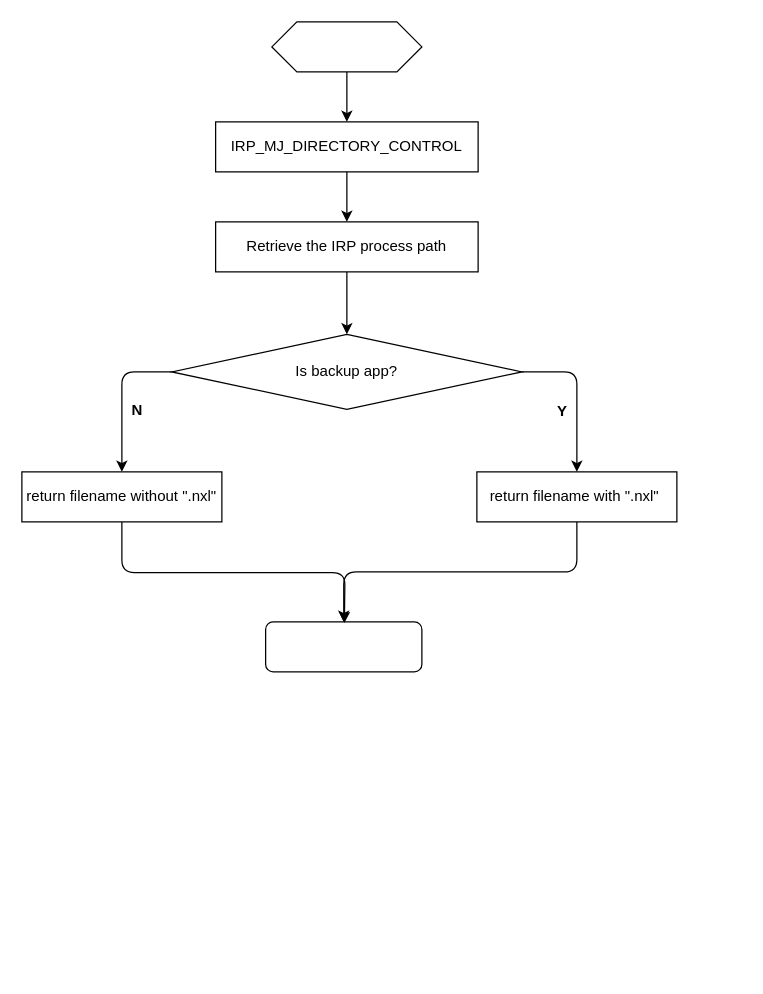
The draw.io diagram Backuu_sequence.drawio in linfenwen/draw_io, before the edit. Source tidied: cells renumbered, new cells numbered last; positions are measured from the earlier drawing's top-left corner, leaving out a move shared by most shapes. Both pictures are drawn from the tidied source at 125%, with x=0, y=0 at pixel (21, 21).
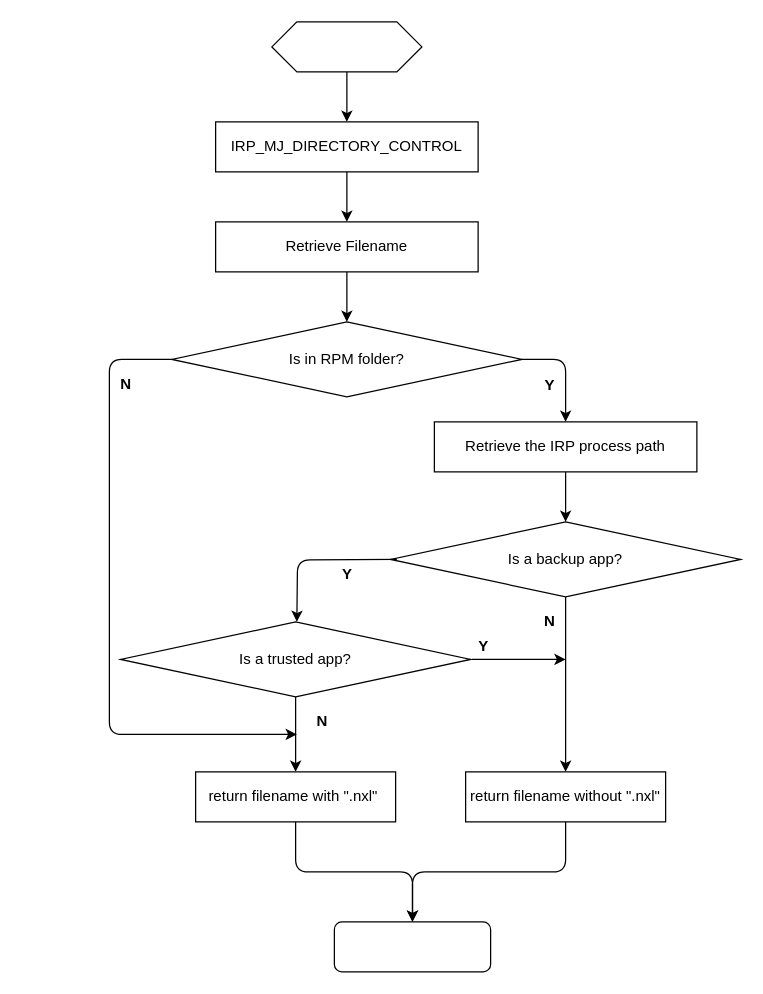
After the change.

What changed in the source:
```diff
@@
-    <mxCell id="4" style="edgeStyle=orthogonalEdgeStyle;rounded=0;jettySize=auto;html=1;" parent="1" edge="1" source="5" target="11">
-      <mxGeometry relative="1" as="geometry" />
-    </mxCell>
+    <mxCell id="18" style="edgeStyle=orthogonalEdgeStyle;rounded=0;jettySize=auto;html=1;" parent="1" edge="1" source="5" target="21">
+      <mxGeometry relative="1" as="geometry" />
+    </mxCell>
-    <mxCell id="5" value="IRP_MJ_DIRECTORY_CONTROL" style="rounded=0;whiteSpace=wrap;html=1;" parent="1" vertex="1">
+    <mxCell id="5" value="&lt;font style=&quot;font-size: 12px&quot;&gt;IRP_MJ_DIRECTORY_CONTROL&lt;/font&gt;" style="rounded=0;whiteSpace=wrap;html=1;" parent="1" vertex="1">
       <mxGeometry x="155" y="80" width="210" height="40" as="geometry" />
     </mxCell>
+    <mxCell id="19" style="edgeStyle=orthogonalEdgeStyle;rounded=0;jettySize=auto;html=1;entryX=0.5;entryY=0;entryDx=0;entryDy=0;" parent="1" edge="1" source="6" target="8">
+      <mxGeometry relative="1" as="geometry" />
+    </mxCell>
-    <mxCell id="6" value="Is backup app?" style="rhombus;whiteSpace=wrap;html=1;" parent="1" vertex="1">
-      <mxGeometry x="120" y="250" width="280" height="60" as="geometry" />
+    <mxCell id="6" value="Is a backup app?" style="rhombus;whiteSpace=wrap;html=1;" parent="1" vertex="1">
+      <mxGeometry x="295" y="400" width="280" height="60" as="geometry" />
     </mxCell>
-    <mxCell id="7" style="rounded=1;whiteSpace=wrap;html=1;" parent="1" vertex="1">
-      <mxGeometry x="195" y="480" width="125" height="40" as="geometry" />
+    <mxCell id="7" style="rounded=1;whiteSpace=wrap;html=1;glass=0;shadow=0;" parent="1" vertex="1">
+      <mxGeometry x="250" y="720" width="125" height="40" as="geometry" />
     </mxCell>
     <mxCell id="8" value="return filename without &quot;.nxl&quot;" style="rounded=0;whiteSpace=wrap;html=1;" parent="1" vertex="1">
-      <mxGeometry y="360" width="160" height="40" as="geometry" />
+      <mxGeometry x="355" y="600" width="160" height="40" as="geometry" />
     </mxCell>
     <mxCell id="9" value="return filename with &quot;.nxl&quot;&amp;nbsp;" style="rounded=0;whiteSpace=wrap;html=1;" parent="1" vertex="1">
-      <mxGeometry x="364" y="360" width="160" height="40" as="geometry" />
+      <mxGeometry x="139" y="600" width="160" height="40" as="geometry" />
     </mxCell>
@@
     <mxCell id="11" value="Retrieve the IRP process path" style="rounded=0;whiteSpace=wrap;html=1;" parent="1" vertex="1">
-      <mxGeometry x="155" y="160" width="210" height="40" as="geometry" />
+      <mxGeometry x="330" y="320" width="210" height="40" as="geometry" />
     </mxCell>
-    <mxCell id="12" style="endArrow=classic;html=1;exitX=0;exitY=0.5;exitDx=0;exitDy=0;entryX=0.5;entryY=0;entryDx=0;entryDy=0;edgeStyle=orthogonalEdgeStyle;" parent="1" edge="1" source="6" target="8">
-      <mxGeometry relative="1" as="geometry" />
+    <mxCell id="12" style="endArrow=classic;html=1;exitX=0;exitY=0.5;exitDx=0;exitDy=0;edgeStyle=orthogonalEdgeStyle;" parent="1" edge="1">
+      <mxGeometry relative="1" as="geometry">
+        <mxPoint x="300" y="430" as="sourcePoint" />
+        <mxPoint x="220" y="480" as="targetPoint" />
+      </mxGeometry>
     </mxCell>
-    <mxCell id="13" style="endArrow=classic;html=1;exitX=1;exitY=0.5;exitDx=0;exitDy=0;edgeStyle=orthogonalEdgeStyle;" parent="1" edge="1" source="6" target="9">
-      <mxGeometry relative="1" as="geometry" />
-    </mxCell>
-    <mxCell id="14" style="endArrow=classic;html=1;exitX=0.5;exitY=1;exitDx=0;exitDy=0;edgeStyle=orthogonalEdgeStyle;" parent="1" edge="1" source="8">
-      <mxGeometry relative="1" as="geometry">
-        <mxPoint x="258" y="481" as="targetPoint" />
-      </mxGeometry>
-    </mxCell>
-    <mxCell id="15" style="endArrow=classic;html=1;exitX=0.5;exitY=1;exitDx=0;exitDy=0;entryX=0.5;entryY=0;entryDx=0;entryDy=0;edgeStyle=orthogonalEdgeStyle;" parent="1" edge="1" source="9" target="7">
-      <mxGeometry relative="1" as="geometry" />
-    </mxCell>
-    <mxCell id="16" value="&lt;b&gt;N&lt;/b&gt;" style="text;html=1;align=center;verticalAlign=middle;" parent="1" vertex="1">
-      <mxGeometry x="82" y="301" width="20" height="20" as="geometry" />
+    <mxCell id="16" value="&lt;b&gt;Y&lt;/b&gt;" style="text;html=1;align=center;verticalAlign=middle;" parent="1" vertex="1">
+      <mxGeometry x="359" y="490" width="20" height="20" as="geometry" />
     </mxCell>
-    <mxCell id="17" value="&lt;b&gt;Y&lt;/b&gt;" style="text;html=1;align=center;verticalAlign=middle;" parent="1" vertex="1">
-      <mxGeometry x="422" y="302" width="20" height="20" as="geometry" />
+    <mxCell id="17" value="&lt;b&gt;N&lt;/b&gt;" style="text;html=1;align=center;verticalAlign=middle;" parent="1" vertex="1">
+      <mxGeometry x="412" y="470" width="20" height="20" as="geometry" />
     </mxCell>
+    <mxCell id="20" style="edgeStyle=orthogonalEdgeStyle;rounded=0;jettySize=auto;html=1;" parent="1" edge="1" source="21" target="22">
+      <mxGeometry relative="1" as="geometry" />
+    </mxCell>
+    <mxCell id="21" value="Retrieve Filename" style="rounded=0;whiteSpace=wrap;html=1;" parent="1" vertex="1">
+      <mxGeometry x="155" y="160" width="210" height="40" as="geometry" />
+    </mxCell>
+    <mxCell id="22" value="Is in RPM folder?" style="rhombus;whiteSpace=wrap;html=1;" parent="1" vertex="1">
+      <mxGeometry x="120" y="240" width="280" height="60" as="geometry" />
+    </mxCell>
+    <mxCell id="23" style="endArrow=classic;html=1;exitX=1;exitY=0.5;exitDx=0;exitDy=0;entryX=0.5;entryY=0;entryDx=0;entryDy=0;edgeStyle=orthogonalEdgeStyle;" parent="1" edge="1" source="22" target="11">
+      <mxGeometry relative="1" as="geometry" />
+    </mxCell>
+    <mxCell id="24" value="&lt;b&gt;Y&lt;/b&gt;" style="text;html=1;align=center;verticalAlign=middle;" parent="1" vertex="1">
+      <mxGeometry x="412" y="281" width="20" height="20" as="geometry" />
+    </mxCell>
+    <mxCell id="25" style="endArrow=classic;html=1;exitX=0;exitY=0.5;exitDx=0;exitDy=0;edgeStyle=orthogonalEdgeStyle;" parent="1" edge="1" source="22">
+      <mxGeometry relative="1" as="geometry">
+        <mxPoint x="220" y="570" as="targetPoint" />
+        <Array as="points">
+          <mxPoint x="70" y="270" />
+          <mxPoint x="70" y="570" />
+        </Array>
+      </mxGeometry>
+    </mxCell>
+    <mxCell id="26" value="&lt;b&gt;N&lt;/b&gt;" style="text;html=1;align=center;verticalAlign=middle;" parent="1" vertex="1">
+      <mxGeometry x="73" y="280" width="20" height="20" as="geometry" />
+    </mxCell>
+    <mxCell id="27" style="edgeStyle=orthogonalEdgeStyle;rounded=0;jettySize=auto;html=1;" parent="1" edge="1" source="29" target="9">
+      <mxGeometry relative="1" as="geometry" />
+    </mxCell>
+    <mxCell id="28" style="edgeStyle=orthogonalEdgeStyle;rounded=0;orthogonalLoop=1;jettySize=auto;html=1;" parent="1" edge="1">
+      <mxGeometry relative="1" as="geometry">
+        <mxPoint x="360" y="510" as="sourcePoint" />
+        <mxPoint x="435" y="510" as="targetPoint" />
+      </mxGeometry>
+    </mxCell>
+    <mxCell id="29" value="Is a trusted app?" style="rhombus;whiteSpace=wrap;html=1;" parent="1" vertex="1">
+      <mxGeometry x="79" y="480" width="280" height="60" as="geometry" />
+    </mxCell>
+    <mxCell id="30" value="&lt;b&gt;Y&lt;/b&gt;" style="text;html=1;align=center;verticalAlign=middle;" parent="1" vertex="1">
+      <mxGeometry x="250" y="432" width="20" height="20" as="geometry" />
+    </mxCell>
+    <mxCell id="31" value="&lt;b&gt;N&lt;/b&gt;" style="text;html=1;align=center;verticalAlign=middle;" parent="1" vertex="1">
+      <mxGeometry x="230" y="550" width="20" height="20" as="geometry" />
+    </mxCell>
+    <mxCell id="32" style="endArrow=classic;html=1;exitX=0.5;exitY=1;exitDx=0;exitDy=0;entryX=0.5;entryY=0;entryDx=0;entryDy=0;edgeStyle=orthogonalEdgeStyle;" parent="1" edge="1" source="8" target="7">
+      <mxGeometry relative="1" as="geometry" />
+    </mxCell>
+    <mxCell id="15" style="endArrow=classic;html=1;exitX=0.5;exitY=1;exitDx=0;exitDy=0;entryX=0.5;entryY=0;entryDx=0;entryDy=0;edgeStyle=orthogonalEdgeStyle;" parent="1" edge="1" source="9" target="7">
+      <mxGeometry relative="1" as="geometry" />
+    </mxCell>
```
